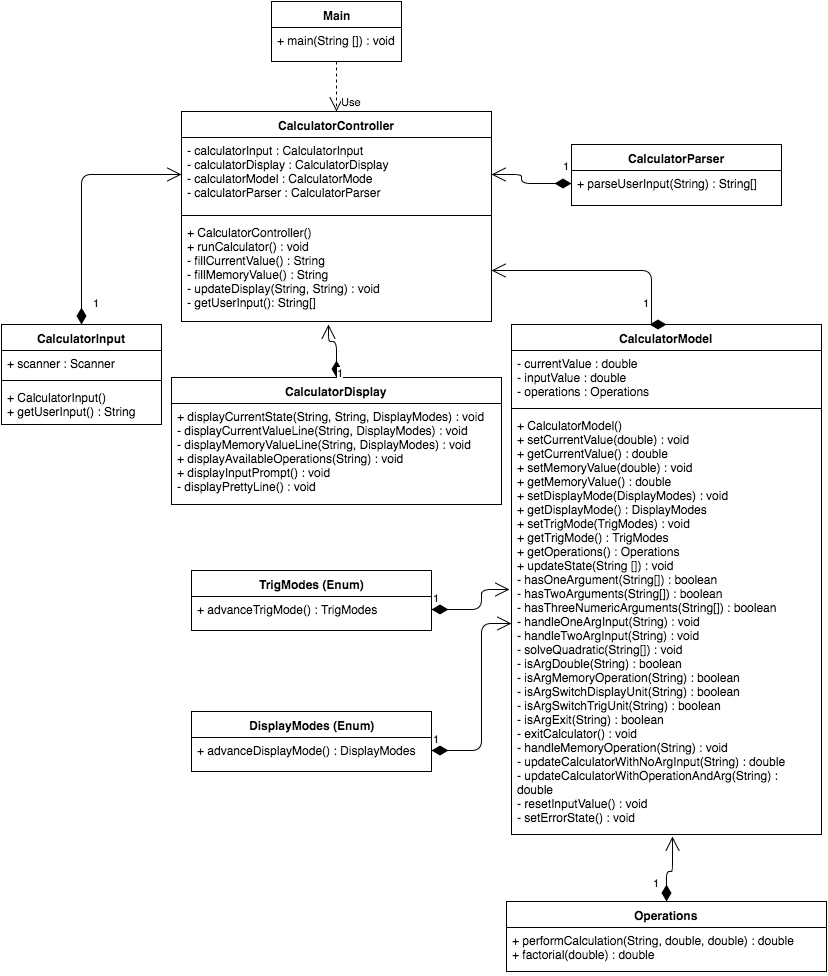
This is CalculatorLab.png from ZipCodeCore/ScientificCalculator, a draw.io export, as it was before one commit. Source tidied: cells renumbered, new cells last; positions are measured from the earlier drawing's top-left corner, leaving out a move shared by most shapes.
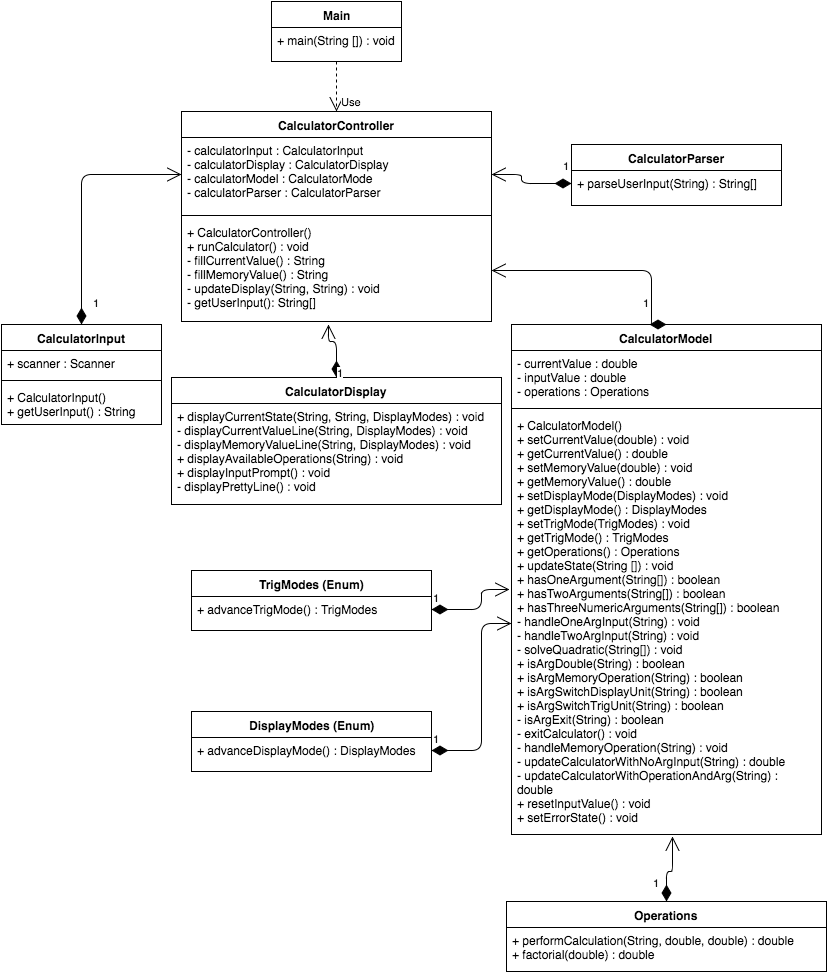
The same diagram one commit later.

Change to the diagram source:
```diff
@@ -50,7 +50,7 @@
     <mxCell id="17" style="line;html=1;strokeWidth=1;fillColor=none;align=left;verticalAlign=middle;spacingTop=-1;spacingLeft=3;spacingRight=3;labelPosition=right;" parent="15" vertex="1">
       <mxGeometry y="80" width="310" height="8" as="geometry" />
     </mxCell>
-    <mxCell id="18" value="+ CalculatorModel()&lt;div&gt;+ setCurrentValue(double) : void&lt;/div&gt;&lt;div&gt;+ getCurrentValue() : double&lt;/div&gt;&lt;div&gt;+ setMemoryValue(double) : void&lt;/div&gt;&lt;div&gt;+ getMemoryValue() : double&lt;/div&gt;&lt;div&gt;+ setDisplayMode(DisplayModes) : void&lt;/div&gt;&lt;div&gt;+ getDisplayMode() : DisplayModes&lt;/div&gt;&lt;div&gt;+ setTrigMode(TrigModes) : void&lt;/div&gt;&lt;div&gt;+ getTrigMode() : TrigModes&lt;/div&gt;&lt;div&gt;+ getOperations() : Operations&lt;/div&gt;&lt;div&gt;+ updateState(String []) : void&lt;/div&gt;&lt;div&gt;- hasOneArgument(String[]) : boolean&lt;/div&gt;&lt;div&gt;- hasTwoArguments(String[]) : boolean&lt;/div&gt;&lt;div&gt;- hasThreeNumericArguments(String[]) : boolean&lt;/div&gt;&lt;div&gt;- handleOneArgInput(String) : void&lt;/div&gt;&lt;div&gt;- handleTwoArgInput(String) : void&lt;/div&gt;&lt;div&gt;- solveQuadratic(String[]) : void&lt;/div&gt;&lt;div&gt;- isArgDouble(String) : boolean&lt;/div&gt;&lt;div&gt;- isArgMemoryOperation(String) : boolean&lt;/div&gt;&lt;div&gt;- isArgSwitchDisplayUnit(String) : boolean&lt;/div&gt;&lt;div&gt;- isArgSwitchTrigUnit(String) : boolean&lt;/div&gt;&lt;div&gt;- isArgExit(String) : boolean&lt;/div&gt;&lt;div&gt;- exitCalculator() : void&lt;/div&gt;&lt;div&gt;- handleMemoryOperation(String) : void&lt;/div&gt;&lt;div&gt;- updateCalculatorWithNoArgInput(String) : double&lt;/div&gt;&lt;div&gt;- updateCalculatorWithOperationAndArg(String) : double&lt;/div&gt;&lt;div&gt;- resetInputValue() : void&lt;/div&gt;&lt;div&gt;- setErrorState() : void&lt;/div&gt;&lt;div&gt;&lt;br&gt;&lt;/div&gt;" style="text;html=1;strokeColor=none;fillColor=none;align=left;verticalAlign=top;spacingLeft=4;spacingRight=4;whiteSpace=wrap;overflow=hidden;points=[[0,0.5],[1,0.5]];portConstraint=eastwest;" parent="15" vertex="1">
+    <mxCell id="18" value="+ CalculatorModel()&lt;div&gt;+ setCurrentValue(double) : void&lt;/div&gt;&lt;div&gt;+ getCurrentValue() : double&lt;/div&gt;&lt;div&gt;+ setMemoryValue(double) : void&lt;/div&gt;&lt;div&gt;+ getMemoryValue() : double&lt;/div&gt;&lt;div&gt;+ setDisplayMode(DisplayModes) : void&lt;/div&gt;&lt;div&gt;+ getDisplayMode() : DisplayModes&lt;/div&gt;&lt;div&gt;+ setTrigMode(TrigModes) : void&lt;/div&gt;&lt;div&gt;+ getTrigMode() : TrigModes&lt;/div&gt;&lt;div&gt;+ getOperations() : Operations&lt;/div&gt;&lt;div&gt;+ updateState(String []) : void&lt;/div&gt;&lt;div&gt;+ hasOneArgument(String[]) : boolean&lt;/div&gt;&lt;div&gt;+ hasTwoArguments(String[]) : boolean&lt;/div&gt;&lt;div&gt;+ hasThreeNumericArguments(String[]) : boolean&lt;/div&gt;&lt;div&gt;- handleOneArgInput(String) : void&lt;/div&gt;&lt;div&gt;- handleTwoArgInput(String) : void&lt;/div&gt;&lt;div&gt;- solveQuadratic(String[]) : void&lt;/div&gt;&lt;div&gt;+ isArgDouble(String) : boolean&lt;/div&gt;&lt;div&gt;+ isArgMemoryOperation(String) : boolean&lt;/div&gt;&lt;div&gt;+ isArgSwitchDisplayUnit(String) : boolean&lt;/div&gt;&lt;div&gt;+ isArgSwitchTrigUnit(String) : boolean&lt;/div&gt;&lt;div&gt;- isArgExit(String) : boolean&lt;/div&gt;&lt;div&gt;- exitCalculator() : void&lt;/div&gt;&lt;div&gt;- handleMemoryOperation(String) : void&lt;/div&gt;&lt;div&gt;- updateCalculatorWithNoArgInput(String) : double&lt;/div&gt;&lt;div&gt;- updateCalculatorWithOperationAndArg(String) : double&lt;/div&gt;&lt;div&gt;+ resetInputValue() : void&lt;/div&gt;&lt;div&gt;+ setErrorState() : void&lt;/div&gt;&lt;div&gt;&lt;br&gt;&lt;/div&gt;" style="text;html=1;strokeColor=none;fillColor=none;align=left;verticalAlign=top;spacingLeft=4;spacingRight=4;whiteSpace=wrap;overflow=hidden;points=[[0,0.5],[1,0.5]];portConstraint=eastwest;" parent="15" vertex="1">
       <mxGeometry y="88" width="310" height="422" as="geometry" />
     </mxCell>
     <mxCell id="19" value="&lt;b&gt;CalculatorParser&lt;/b&gt;" style="swimlane;html=1;fontStyle=0;horizontal=1;startSize=26;fillColor=none;swimlaneFillColor=#ffffff;" parent="1" vertex="1">
```
